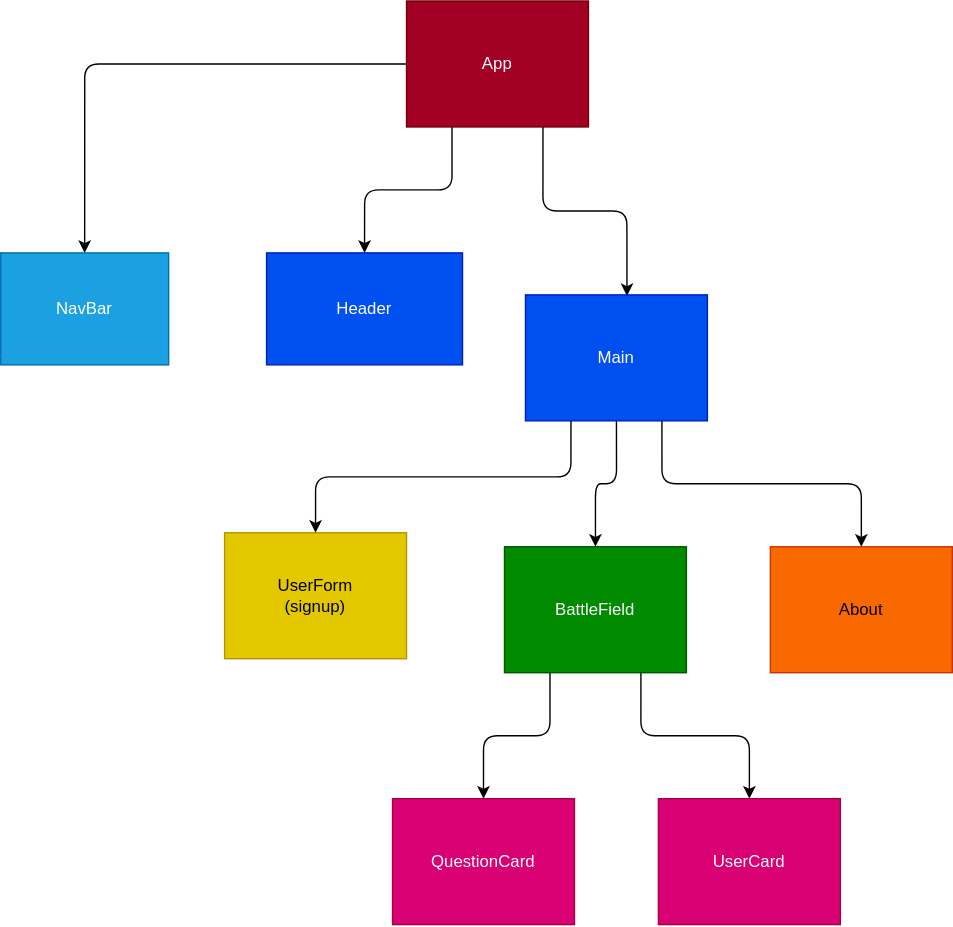
jng34/battle-on-rails keeps this draw.io diagram as components.drawio.svg. Above is the earlier version. Source tidied: cells renumbered, new cells last; positions are measured from the earlier drawing's top-left corner, leaving out a move shared by most shapes.
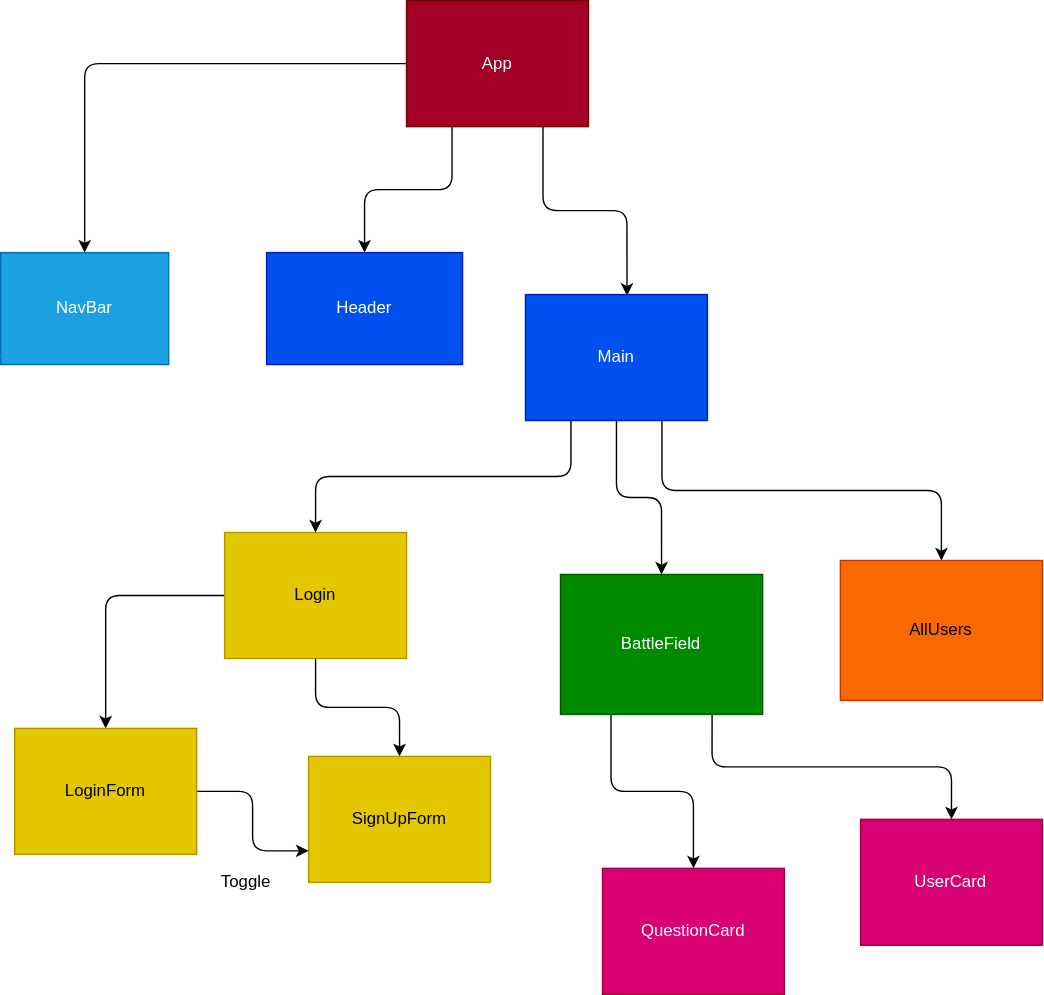
After the change.

The edit, as a diff of the source:
```diff
@@ -18,9 +18,15 @@
       <mxGeometry y="180" width="120" height="80" as="geometry" />
     </mxCell>
     <mxCell id="7" value="UserCard" style="whiteSpace=wrap;html=1;fillColor=#d80073;fontColor=#ffffff;strokeColor=#A50040;" parent="1" vertex="1">
-      <mxGeometry x="470" y="570" width="130" height="90" as="geometry" />
+      <mxGeometry x="614.4" y="585" width="130" height="90" as="geometry" />
     </mxCell>
+    <mxCell id="19" style="edgeStyle=orthogonalEdgeStyle;html=1;exitX=0;exitY=0.5;exitDx=0;exitDy=0;" parent="1" edge="1" source="8" target="23">
+      <mxGeometry relative="1" as="geometry" />
+    </mxCell>
+    <mxCell id="20" style="edgeStyle=orthogonalEdgeStyle;html=1;exitX=0.5;exitY=1;exitDx=0;exitDy=0;entryX=0.5;entryY=0;entryDx=0;entryDy=0;" parent="1" edge="1" source="8" target="21">
+      <mxGeometry relative="1" as="geometry" />
+    </mxCell>
-    <mxCell id="8" value="UserForm&lt;br&gt;(signup)" style="whiteSpace=wrap;html=1;fillColor=#e3c800;fontColor=#000000;strokeColor=#B09500;" parent="1" vertex="1">
+    <mxCell id="8" value="Login" style="whiteSpace=wrap;html=1;fillColor=#e3c800;fontColor=#000000;strokeColor=#B09500;" parent="1" vertex="1">
       <mxGeometry x="160" y="380" width="130" height="90" as="geometry" />
     </mxCell>
     <mxCell id="9" style="edgeStyle=orthogonalEdgeStyle;html=1;exitX=0.25;exitY=1;exitDx=0;exitDy=0;entryX=0.5;entryY=0;entryDx=0;entryDy=0;" parent="1" edge="1" source="11" target="12">
@@ -30,13 +36,13 @@
       <mxGeometry relative="1" as="geometry" />
     </mxCell>
     <mxCell id="11" value="BattleField" style="whiteSpace=wrap;html=1;fillColor=#008a00;fontColor=#ffffff;strokeColor=#005700;" parent="1" vertex="1">
-      <mxGeometry x="360" y="390" width="130" height="90" as="geometry" />
+      <mxGeometry x="400" y="410" width="144.4" height="100" as="geometry" />
     </mxCell>
     <mxCell id="12" value="QuestionCard" style="whiteSpace=wrap;html=1;fillColor=#d80073;fontColor=#ffffff;strokeColor=#A50040;" parent="1" vertex="1">
-      <mxGeometry x="280" y="570" width="130" height="90" as="geometry" />
+      <mxGeometry x="430" y="620" width="130" height="90" as="geometry" />
     </mxCell>
-    <mxCell id="13" value="About" style="whiteSpace=wrap;html=1;fillColor=#fa6800;fontColor=#000000;strokeColor=#C73500;" parent="1" vertex="1">
-      <mxGeometry x="550" y="390" width="130" height="90" as="geometry" />
+    <mxCell id="13" value="AllUsers" style="whiteSpace=wrap;html=1;fillColor=#fa6800;fontColor=#000000;strokeColor=#C73500;" parent="1" vertex="1">
+      <mxGeometry x="600" y="400" width="144.4" height="100" as="geometry" />
     </mxCell>
     <mxCell id="14" value="Header" style="whiteSpace=wrap;html=1;fillColor=#0050ef;fontColor=#ffffff;strokeColor=#001DBC;" parent="1" vertex="1">
       <mxGeometry x="190" y="180" width="140" height="80" as="geometry" />
@@ -53,5 +59,17 @@
     <mxCell id="18" value="Main" style="whiteSpace=wrap;html=1;fillColor=#0050ef;fontColor=#ffffff;strokeColor=#001DBC;" parent="1" vertex="1">
       <mxGeometry x="375" y="210" width="130" height="90" as="geometry" />
     </mxCell>
+    <mxCell id="21" value="SignUpForm" style="whiteSpace=wrap;html=1;fillColor=#e3c800;fontColor=#000000;strokeColor=#B09500;" parent="1" vertex="1">
+      <mxGeometry x="220" y="540" width="130" height="90" as="geometry" />
+    </mxCell>
+    <mxCell id="22" style="edgeStyle=orthogonalEdgeStyle;html=1;exitX=1;exitY=0.5;exitDx=0;exitDy=0;entryX=0;entryY=0.75;entryDx=0;entryDy=0;" parent="1" edge="1" source="23" target="21">
+      <mxGeometry relative="1" as="geometry" />
+    </mxCell>
+    <mxCell id="23" value="LoginForm" style="whiteSpace=wrap;html=1;fillColor=#e3c800;fontColor=#000000;strokeColor=#B09500;" parent="1" vertex="1">
+      <mxGeometry x="10" y="520" width="130" height="90" as="geometry" />
+    </mxCell>
+    <mxCell id="24" value="Toggle" style="text;html=1;align=center;verticalAlign=middle;fillColor=none;strokeColor=none;rounded=0;" parent="1" vertex="1">
+      <mxGeometry x="150" y="620" width="50" height="20" as="geometry" />
+    </mxCell>
   </root>
 </mxGraphModel>
```
